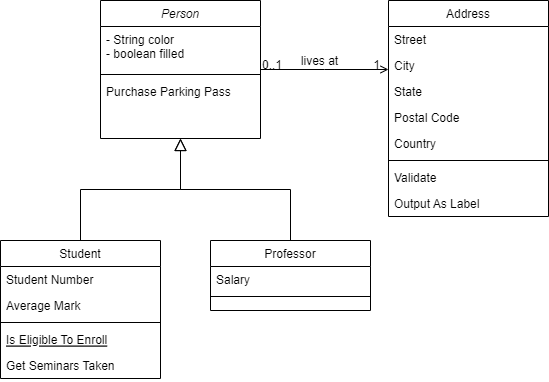
This is Module4/ProgrammingAssignment/ChapterThirteenExercise/GeometricObjectUML.png from njlowhorn/Java_Class, a draw.io export, as it was before one commit. Source tidied: cells renumbered, new cells last; positions are measured from the earlier drawing's top-left corner, leaving out a move shared by most shapes.
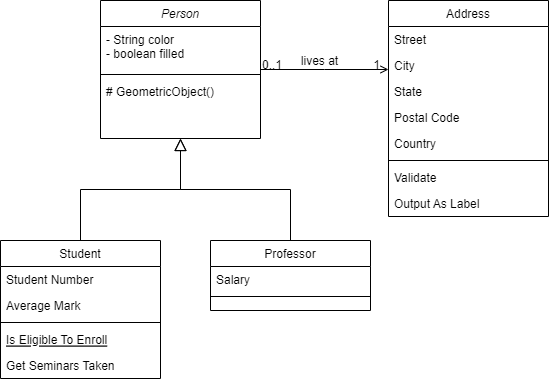
The same file after the commit.

Change to the diagram source:
```diff
@@ -11,7 +11,7 @@
     <mxCell id="4" style="line;html=1;strokeWidth=1;align=left;verticalAlign=middle;spacingTop=-1;spacingLeft=3;spacingRight=3;labelPosition=right;" parent="2" vertex="1">
       <mxGeometry y="70" width="160" height="8" as="geometry" />
     </mxCell>
-    <mxCell id="5" value="Purchase Parking Pass" style="text;align=left;verticalAlign=top;spacingLeft=4;spacingRight=4;overflow=hidden;" parent="2" vertex="1">
+    <mxCell id="5" value="# GeometricObject()&#10;" style="text;align=left;verticalAlign=top;spacingLeft=4;spacingRight=4;overflow=hidden;" parent="2" vertex="1">
       <mxGeometry y="78" width="160" height="26" as="geometry" />
     </mxCell>
     <mxCell id="6" value="Student" style="swimlane;fontStyle=0;align=center;verticalAlign=top;horizontal=1;startSize=26;rounded=0;shadow=0;strokeWidth=1;" parent="1" vertex="1">
```
